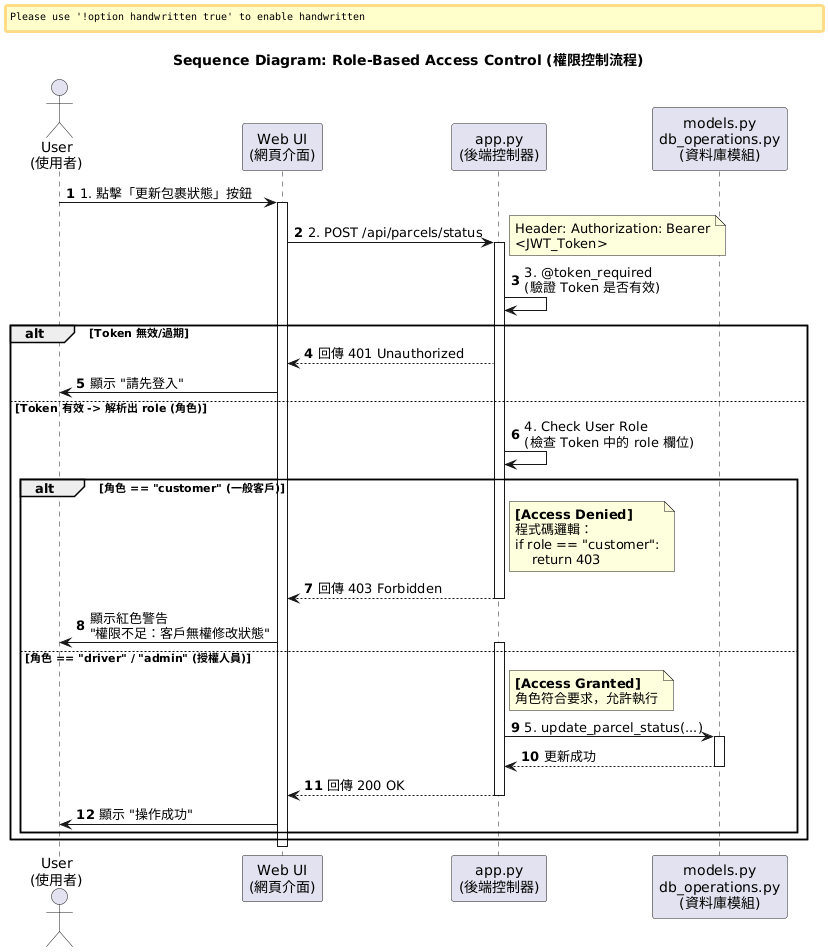
Above: diagrams/PNG/權限控制流程.png in tse0414/bla (PlantUML), before the change.
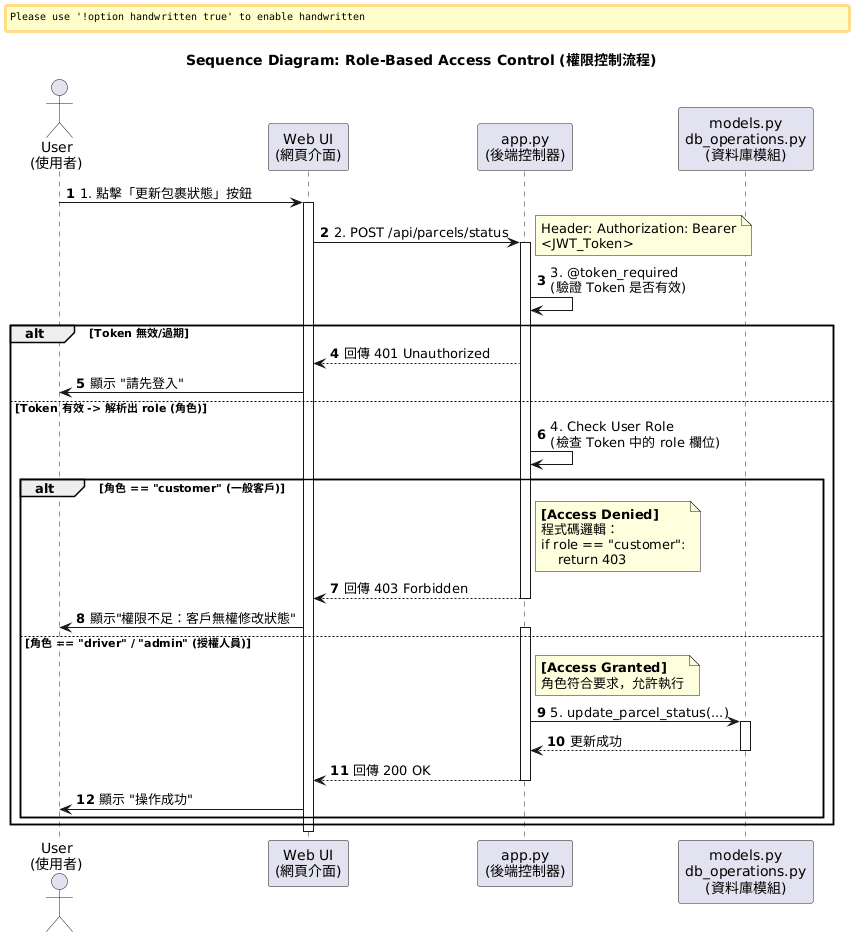
The same file after the commit.

The edit, as a diff of the source:
```diff
@@ -41,7 +41,7 @@
             Backend --> UI: 回傳 403 Forbidden
             deactivate Backend
 
-            UI -> User: 顯示紅色警告\n"權限不足：客戶無權修改狀態"
+            UI -> User: 顯示"權限不足：客戶無權修改狀態"
 
         else 角色 == "driver" / "admin" (授權人員)
 
```
